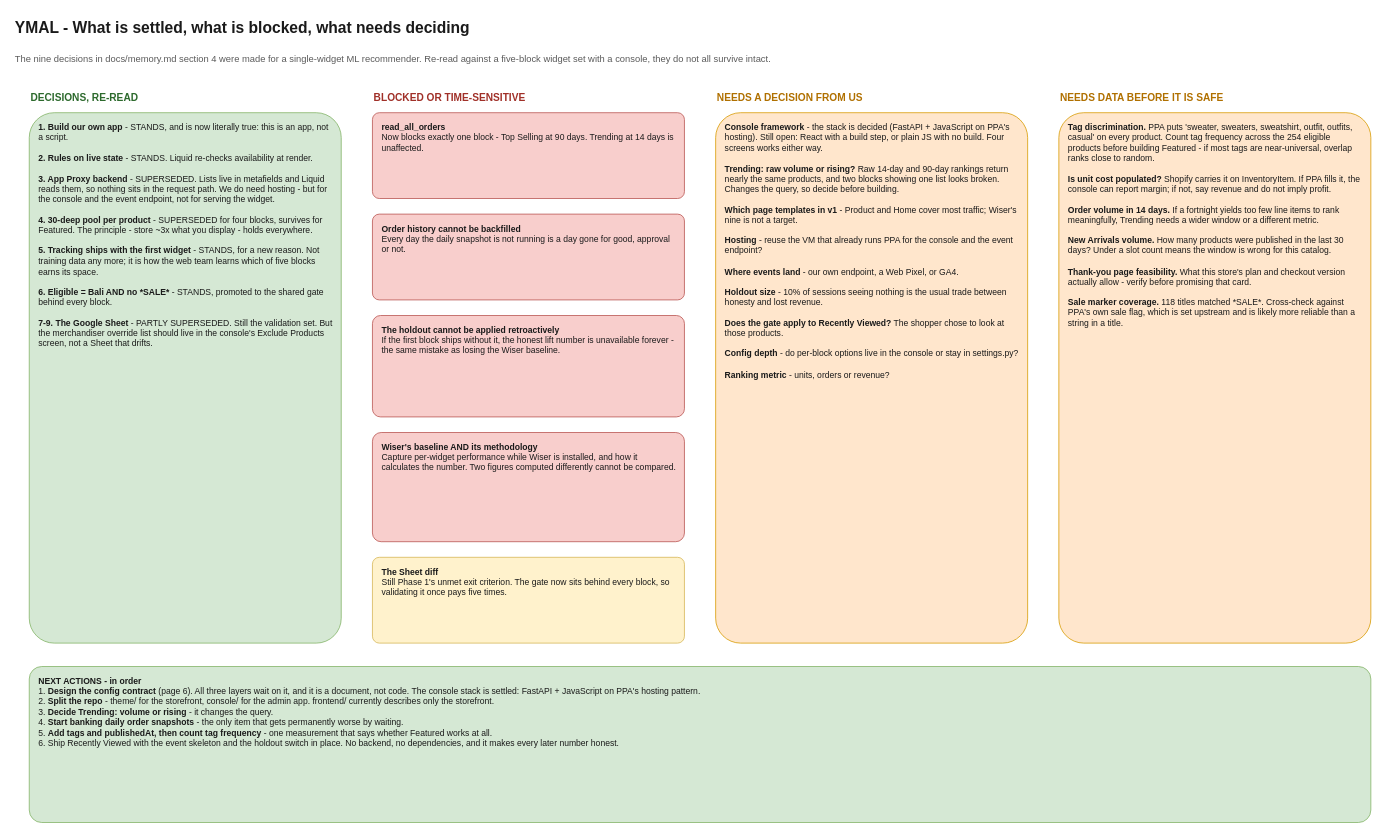
Above: page "9. Decisions and Open Questions" (9 of 9) of docs/ymal-flow.drawio in Wooden-Ships-Knits/ymal-project (draw.io), before the change. Source tidied: cells renumbered, new cells numbered last; positions are measured from the earlier drawing's top-left corner, leaving out a move shared by most shapes. Both pictures are drawn from the tidied source at 78%, with x=0, y=0 at pixel (13, 13).
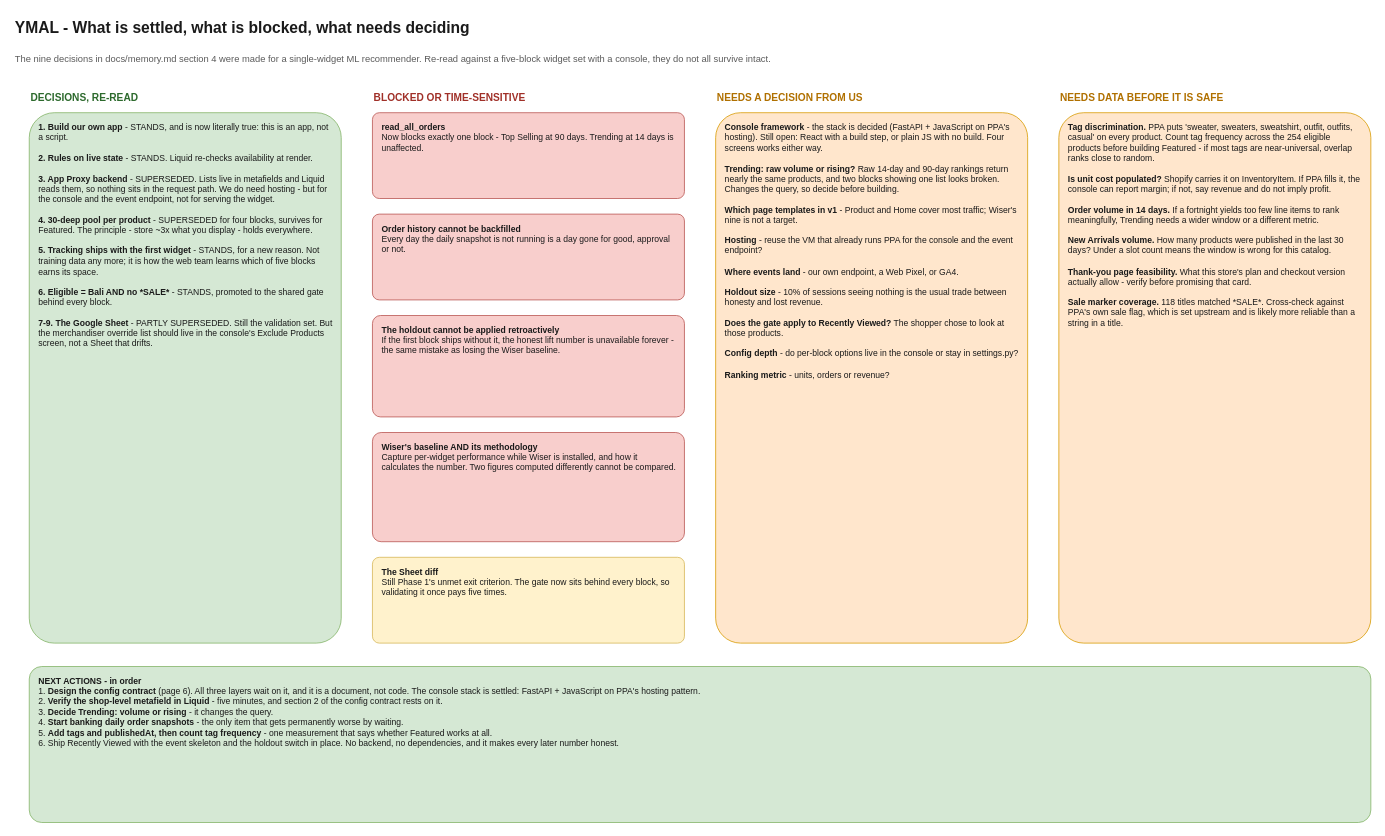
After the change.

Commit message (it also covers changes not shown here):
refactor: restore frontend/, structure it after wholesale-order-entry

Change to the diagram source:
```diff
@@
 <mxGraphModel>
   <root>
     <mxCell id="0" />
     <mxCell id="1" parent="0" />
     <mxCell id="2" value="YMAL - What is settled, what is blocked, what needs deciding" style="text;html=1;align=left;verticalAlign=middle;fontSize=20;fontStyle=1;fontColor=#1A1A1A;" parent="1" vertex="1">
       <mxGeometry width="1150" height="34" as="geometry" />
     </mxCell>
     <mxCell id="3" value="The nine decisions in docs/memory.md section 4 were made for a single-widget ML recommender. Re-read against a five-block widget set with a console, they do not all survive intact." style="text;html=1;align=left;verticalAlign=middle;fontSize=12;fontColor=#5A5A5A;" parent="1" vertex="1">
       <mxGeometry y="38" width="1250" height="40" as="geometry" />
     </mxCell>
     <mxCell id="4" value="DECISIONS, RE-READ" style="text;html=1;align=left;verticalAlign=middle;fontSize=13;fontStyle=1;fontColor=#2D6A2D;" parent="1" vertex="1">
       <mxGeometry x="20" y="92" width="400" height="30" as="geometry" />
     </mxCell>
     <mxCell id="5" value="&lt;b&gt;1. Build our own app&lt;/b&gt;  -  STANDS, and is now literally true: this is an app, not a script.&lt;br&gt;&lt;br&gt;&lt;b&gt;2. Rules on live state&lt;/b&gt;  -  STANDS. Liquid re-checks availability at render.&lt;br&gt;&lt;br&gt;&lt;b&gt;3. App Proxy backend&lt;/b&gt;  -  SUPERSEDED. Lists live in metafields and Liquid reads them, so nothing sits in the request path. We do need hosting - but for the console and the event endpoint, not for serving the widget.&lt;br&gt;&lt;br&gt;&lt;b&gt;4. 30-deep pool per product&lt;/b&gt;  -  SUPERSEDED for four blocks, survives for Featured. The principle - store ~3x what you display - holds everywhere.&lt;br&gt;&lt;br&gt;&lt;b&gt;5. Tracking ships with the first widget&lt;/b&gt;  -  STANDS, for a new reason. Not training data any more; it is how the web team learns which of five blocks earns its space.&lt;br&gt;&lt;br&gt;&lt;b&gt;6. Eligible = Bali AND no *SALE*&lt;/b&gt;  -  STANDS, promoted to the shared gate behind every block.&lt;br&gt;&lt;br&gt;&lt;b&gt;7-9. The Google Sheet&lt;/b&gt;  -  PARTLY SUPERSEDED. Still the validation set. But the merchandiser override list should live in the console's Exclude Products screen, not a Sheet that drifts." style="rounded=1;whiteSpace=wrap;html=1;fillColor=#D5E8D4;strokeColor=#82B366;align=left;verticalAlign=top;spacingLeft=10;spacingRight=10;spacingTop=6;spacingBottom=6;fontSize=11;fontColor=#1A1A1A;arcSize=8;" parent="1" vertex="1">
       <mxGeometry x="20" y="127" width="400" height="680" as="geometry" />
     </mxCell>
     <mxCell id="6" value="BLOCKED OR TIME-SENSITIVE" style="text;html=1;align=left;verticalAlign=middle;fontSize=13;fontStyle=1;fontColor=#A03028;" parent="1" vertex="1">
       <mxGeometry x="460" y="92" width="400" height="30" as="geometry" />
     </mxCell>
     <mxCell id="7" value="&lt;b&gt;read_all_orders&lt;/b&gt;&lt;br&gt;Now blocks exactly one block - Top Selling at 90 days. Trending at 14 days is unaffected." style="rounded=1;whiteSpace=wrap;html=1;fillColor=#F8CECC;strokeColor=#B85450;align=left;verticalAlign=top;spacingLeft=10;spacingRight=10;spacingTop=6;spacingBottom=6;fontSize=11;fontColor=#1A1A1A;arcSize=8;" parent="1" vertex="1">
       <mxGeometry x="460" y="127" width="400" height="110" as="geometry" />
     </mxCell>
     <mxCell id="8" value="&lt;b&gt;Order history cannot be backfilled&lt;/b&gt;&lt;br&gt;Every day the daily snapshot is not running is a day gone for good, approval or not." style="rounded=1;whiteSpace=wrap;html=1;fillColor=#F8CECC;strokeColor=#B85450;align=left;verticalAlign=top;spacingLeft=10;spacingRight=10;spacingTop=6;spacingBottom=6;fontSize=11;fontColor=#1A1A1A;arcSize=8;" parent="1" vertex="1">
       <mxGeometry x="460" y="257" width="400" height="110" as="geometry" />
     </mxCell>
     <mxCell id="9" value="&lt;b&gt;The holdout cannot be applied retroactively&lt;/b&gt;&lt;br&gt;If the first block ships without it, the honest lift number is unavailable forever - the same mistake as losing the Wiser baseline." style="rounded=1;whiteSpace=wrap;html=1;fillColor=#F8CECC;strokeColor=#B85450;align=left;verticalAlign=top;spacingLeft=10;spacingRight=10;spacingTop=6;spacingBottom=6;fontSize=11;fontColor=#1A1A1A;arcSize=8;" parent="1" vertex="1">
       <mxGeometry x="460" y="387" width="400" height="130" as="geometry" />
     </mxCell>
     <mxCell id="10" value="&lt;b&gt;Wiser's baseline AND its methodology&lt;/b&gt;&lt;br&gt;Capture per-widget performance while Wiser is installed, and how it calculates the number. Two figures computed differently cannot be compared." style="rounded=1;whiteSpace=wrap;html=1;fillColor=#F8CECC;strokeColor=#B85450;align=left;verticalAlign=top;spacingLeft=10;spacingRight=10;spacingTop=6;spacingBottom=6;fontSize=11;fontColor=#1A1A1A;arcSize=8;" parent="1" vertex="1">
       <mxGeometry x="460" y="537" width="400" height="140" as="geometry" />
     </mxCell>
     <mxCell id="11" value="&lt;b&gt;The Sheet diff&lt;/b&gt;&lt;br&gt;Still Phase 1's unmet exit criterion. The gate now sits behind every block, so validating it once pays five times." style="rounded=1;whiteSpace=wrap;html=1;fillColor=#FFF2CC;strokeColor=#D6B656;align=left;verticalAlign=top;spacingLeft=10;spacingRight=10;spacingTop=6;spacingBottom=6;fontSize=11;fontColor=#1A1A1A;arcSize=8;" parent="1" vertex="1">
       <mxGeometry x="460" y="697" width="400" height="110" as="geometry" />
     </mxCell>
     <mxCell id="12" value="NEEDS A DECISION FROM US" style="text;html=1;align=left;verticalAlign=middle;fontSize=13;fontStyle=1;fontColor=#B07000;" parent="1" vertex="1">
       <mxGeometry x="900" y="92" width="400" height="30" as="geometry" />
     </mxCell>
     <mxCell id="13" value="&lt;b&gt;Console framework&lt;/b&gt; - the stack is decided (FastAPI + JavaScript on PPA's hosting). Still open: React with a build step, or plain JS with no build. Four screens works either way.&lt;br&gt;&lt;br&gt;&lt;b&gt;Trending: raw volume or rising?&lt;/b&gt; Raw 14-day and 90-day rankings return nearly the same products, and two blocks showing one list looks broken. Changes the query, so decide before building.&lt;br&gt;&lt;br&gt;&lt;b&gt;Which page templates in v1&lt;/b&gt; - Product and Home cover most traffic; Wiser's nine is not a target.&lt;br&gt;&lt;br&gt;&lt;b&gt;Hosting&lt;/b&gt; - reuse the VM that already runs PPA for the console and the event endpoint?&lt;br&gt;&lt;br&gt;&lt;b&gt;Where events land&lt;/b&gt; - our own endpoint, a Web Pixel, or GA4.&lt;br&gt;&lt;br&gt;&lt;b&gt;Holdout size&lt;/b&gt; - 10% of sessions seeing nothing is the usual trade between honesty and lost revenue.&lt;br&gt;&lt;br&gt;&lt;b&gt;Does the gate apply to Recently Viewed?&lt;/b&gt; The shopper chose to look at those products.&lt;br&gt;&lt;br&gt;&lt;b&gt;Config depth&lt;/b&gt; - do per-block options live in the console or stay in settings.py?&lt;br&gt;&lt;br&gt;&lt;b&gt;Ranking metric&lt;/b&gt; - units, orders or revenue?" style="rounded=1;whiteSpace=wrap;html=1;fillColor=#FFE6CC;strokeColor=#D79B00;align=left;verticalAlign=top;spacingLeft=10;spacingRight=10;spacingTop=6;spacingBottom=6;fontSize=11;fontColor=#1A1A1A;arcSize=8;" parent="1" vertex="1">
       <mxGeometry x="900" y="127" width="400" height="680" as="geometry" />
     </mxCell>
     <mxCell id="14" value="NEEDS DATA BEFORE IT IS SAFE" style="text;html=1;align=left;verticalAlign=middle;fontSize=13;fontStyle=1;fontColor=#B07000;" parent="1" vertex="1">
       <mxGeometry x="1340" y="92" width="400" height="30" as="geometry" />
     </mxCell>
     <mxCell id="15" value="&lt;b&gt;Tag discrimination.&lt;/b&gt; PPA puts 'sweater, sweaters, sweatshirt, outfit, outfits, casual' on every product. Count tag frequency across the 254 eligible products before building Featured - if most tags are near-universal, overlap ranks close to random.&lt;br&gt;&lt;br&gt;&lt;b&gt;Is unit cost populated?&lt;/b&gt; Shopify carries it on InventoryItem. If PPA fills it, the console can report margin; if not, say revenue and do not imply profit.&lt;br&gt;&lt;br&gt;&lt;b&gt;Order volume in 14 days.&lt;/b&gt; If a fortnight yields too few line items to rank meaningfully, Trending needs a wider window or a different metric.&lt;br&gt;&lt;br&gt;&lt;b&gt;New Arrivals volume.&lt;/b&gt; How many products were published in the last 30 days? Under a slot count means the window is wrong for this catalog.&lt;br&gt;&lt;br&gt;&lt;b&gt;Thank-you page feasibility.&lt;/b&gt; What this store's plan and checkout version actually allow - verify before promising that card.&lt;br&gt;&lt;br&gt;&lt;b&gt;Sale marker coverage.&lt;/b&gt; 118 titles matched *SALE*. Cross-check against PPA's own sale flag, which is set upstream and is likely more reliable than a string in a title." style="rounded=1;whiteSpace=wrap;html=1;fillColor=#FFE6CC;strokeColor=#D79B00;align=left;verticalAlign=top;spacingLeft=10;spacingRight=10;spacingTop=6;spacingBottom=6;fontSize=11;fontColor=#1A1A1A;arcSize=8;" parent="1" vertex="1">
       <mxGeometry x="1340" y="127" width="400" height="680" as="geometry" />
     </mxCell>
-    <mxCell id="16" value="&lt;b&gt;NEXT ACTIONS  -  in order&lt;/b&gt;&lt;br&gt;1. &lt;b&gt;Design the config contract&lt;/b&gt; (page 6). All three layers wait on it, and it is a document, not code. The console stack is settled: FastAPI + JavaScript on PPA's hosting pattern.&lt;br&gt;2. &lt;b&gt;Split the repo&lt;/b&gt; - theme/ for the storefront, console/ for the admin app. frontend/ currently describes only the storefront.&lt;br&gt;3. &lt;b&gt;Decide Trending: volume or rising&lt;/b&gt; - it changes the query.&lt;br&gt;4. &lt;b&gt;Start banking daily order snapshots&lt;/b&gt; - the only item that gets permanently worse by waiting.&lt;br&gt;5. &lt;b&gt;Add tags and publishedAt, then count tag frequency&lt;/b&gt; - one measurement that says whether Featured works at all.&lt;br&gt;6. Ship Recently Viewed with the event skeleton and the holdout switch in place. No backend, no dependencies, and it makes every later number honest." style="rounded=1;whiteSpace=wrap;html=1;fillColor=#D5E8D4;strokeColor=#82B366;align=left;verticalAlign=top;spacingLeft=10;spacingRight=10;spacingTop=6;spacingBottom=6;fontSize=11;fontColor=#1A1A1A;arcSize=8;" parent="1" vertex="1">
+    <mxCell id="16" value="&lt;b&gt;NEXT ACTIONS  -  in order&lt;/b&gt;&lt;br&gt;1. &lt;b&gt;Design the config contract&lt;/b&gt; (page 6). All three layers wait on it, and it is a document, not code. The console stack is settled: FastAPI + JavaScript on PPA's hosting pattern.&lt;br&gt;2. &lt;b&gt;Verify the shop-level metafield in Liquid&lt;/b&gt; - five minutes, and section 2 of the config contract rests on it.&lt;br&gt;3. &lt;b&gt;Decide Trending: volume or rising&lt;/b&gt; - it changes the query.&lt;br&gt;4. &lt;b&gt;Start banking daily order snapshots&lt;/b&gt; - the only item that gets permanently worse by waiting.&lt;br&gt;5. &lt;b&gt;Add tags and publishedAt, then count tag frequency&lt;/b&gt; - one measurement that says whether Featured works at all.&lt;br&gt;6. Ship Recently Viewed with the event skeleton and the holdout switch in place. No backend, no dependencies, and it makes every later number honest." style="rounded=1;whiteSpace=wrap;html=1;fillColor=#D5E8D4;strokeColor=#82B366;align=left;verticalAlign=top;spacingLeft=10;spacingRight=10;spacingTop=6;spacingBottom=6;fontSize=11;fontColor=#1A1A1A;arcSize=8;" parent="1" vertex="1">
       <mxGeometry x="20" y="837" width="1720" height="200" as="geometry" />
     </mxCell>
   </root>
 </mxGraphModel>
```
